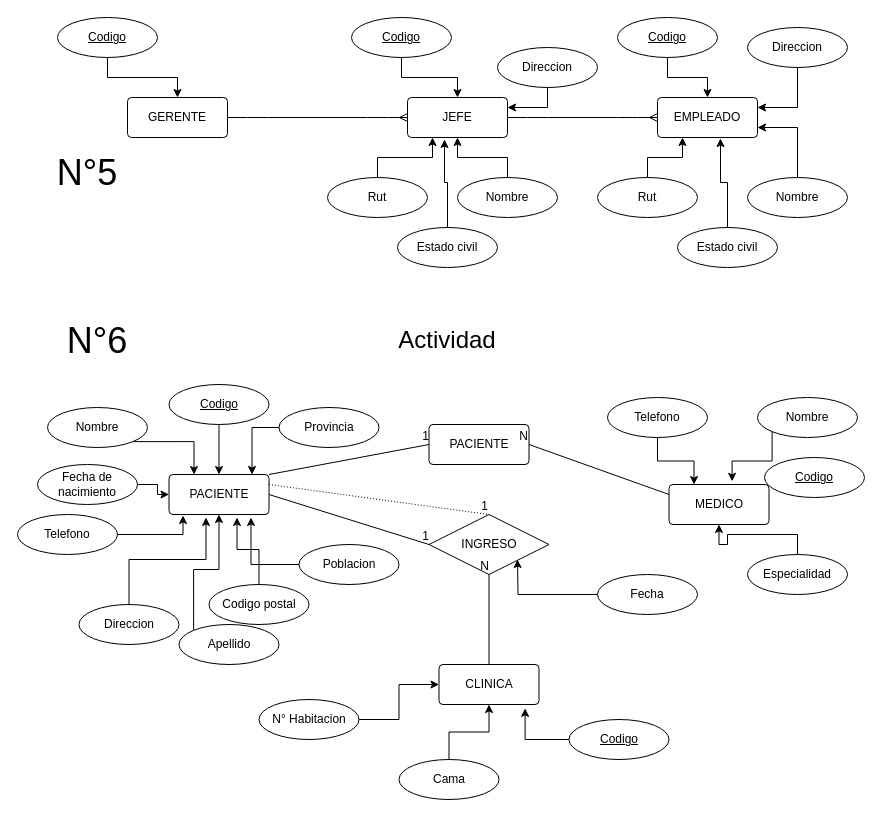
Above: page "Page-2" (2 of 2) of Actividad 5 y 6.drawio in bastianCeronDuque/Test (draw.io), before the change. Source tidied: cells renumbered, new cells numbered last; positions are measured from the earlier drawing's top-left corner, leaving out a move shared by most shapes. Both pictures are drawn from the tidied source at 100%, with x=0, y=0 at pixel (17, 17).
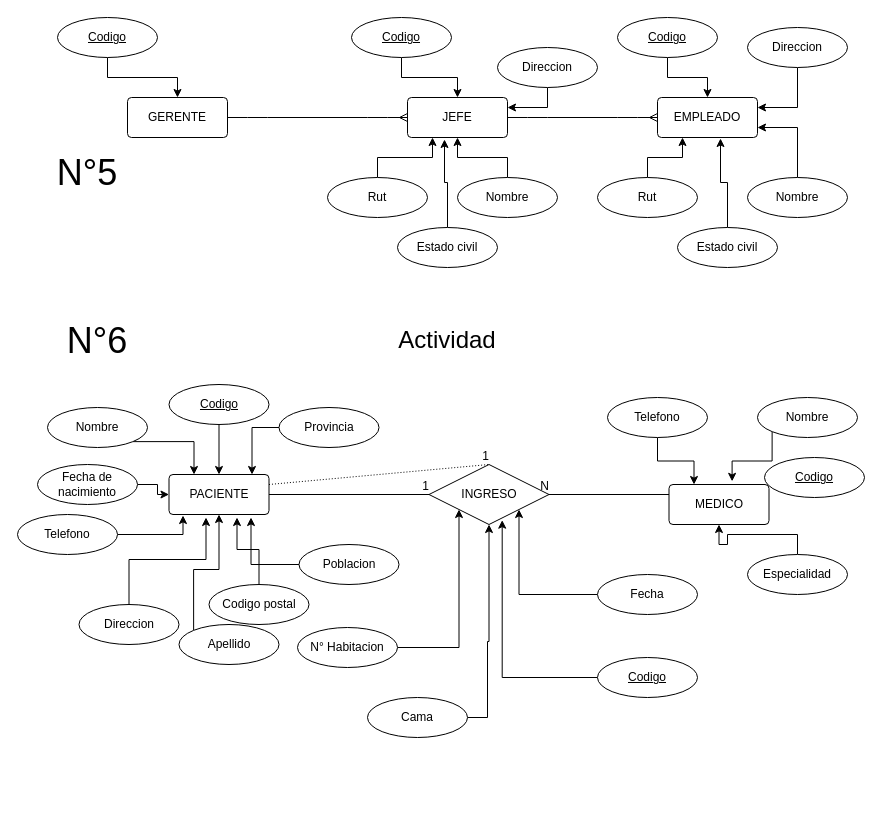
Above is the later version.

Unchanged cells that the change refers to:
```xml
<mxCell id="29" value="PACIENTE" style="rounded=1;arcSize=10;whiteSpace=wrap;html=1;align=center;" parent="1" vertex="1">
  <mxGeometry x="151.5" y="457" width="100" height="40" as="geometry" />
</mxCell>
<mxCell id="56" value="MEDICO" style="rounded=1;arcSize=10;whiteSpace=wrap;html=1;align=center;" parent="1" vertex="1">
  <mxGeometry x="651.5" y="467" width="100" height="40" as="geometry" />
</mxCell>
<mxCell id="74" value="Fecha" style="ellipse;whiteSpace=wrap;html=1;align=center;" parent="1" vertex="1">
  <mxGeometry x="580" y="557" width="100" height="40" as="geometry" />
</mxCell>
```

What changed in the source:
```diff
@@
     <mxCell id="48" value="INGRESO" style="shape=rhombus;perimeter=rhombusPerimeter;whiteSpace=wrap;html=1;align=center;" parent="1" vertex="1">
-      <mxGeometry x="411.5" y="497" width="120" height="60" as="geometry" />
+      <mxGeometry x="411.5" y="447" width="120" height="60" as="geometry" />
     </mxCell>
@@
-    <mxCell id="53" value="PACIENTE" style="rounded=1;arcSize=10;whiteSpace=wrap;html=1;align=center;" parent="1" vertex="1">
-      <mxGeometry x="411.5" y="407" width="100" height="40" as="geometry" />
-    </mxCell>
-    <mxCell id="54" style="endArrow=none;html=1;rounded=0;entryX=0;entryY=0.5;entryDx=0;entryDy=0;exitX=1;exitY=0;exitDx=0;exitDy=0;" parent="1" edge="1" source="29" target="53">
-      <mxGeometry relative="1" as="geometry" />
-    </mxCell>
-    <mxCell id="55" value="1" style="html=1;align=right;verticalAlign=bottom;" parent="54" vertex="1">
-      <mxGeometry x="1" relative="1" as="geometry" />
-    </mxCell>
@@
-    <mxCell id="63" style="endArrow=none;html=1;rounded=0;entryX=1;entryY=0.5;entryDx=0;entryDy=0;exitX=0;exitY=0.25;exitDx=0;exitDy=0;" parent="1" edge="1" source="56" target="53">
+    <mxCell id="63" style="endArrow=none;html=1;rounded=0;entryX=1;entryY=0.5;entryDx=0;entryDy=0;exitX=0;exitY=0.25;exitDx=0;exitDy=0;" parent="1" edge="1" source="56" target="48">
       <mxGeometry relative="1" as="geometry" />
     </mxCell>
@@
-    <mxCell id="65" style="endArrow=none;html=1;rounded=0;entryX=0.5;entryY=1;entryDx=0;entryDy=0;" parent="1" edge="1" target="48">
-      <mxGeometry relative="1" as="geometry">
-        <mxPoint x="471.5" y="647" as="sourcePoint" />
-      </mxGeometry>
-    </mxCell>
-    <mxCell id="66" value="N" style="html=1;align=right;verticalAlign=bottom;" parent="65" vertex="1">
-      <mxGeometry x="1" relative="1" as="geometry" />
-    </mxCell>
-    <mxCell id="67" value="CLINICA" style="rounded=1;arcSize=10;whiteSpace=wrap;html=1;align=center;" parent="1" vertex="1">
-      <mxGeometry x="421.5" y="647" width="100" height="40" as="geometry" />
-    </mxCell>
-    <mxCell id="68" style="edgeStyle=orthogonalEdgeStyle;rounded=0;jettySize=auto;html=1;entryX=0;entryY=0.5;entryDx=0;entryDy=0;" parent="1" edge="1" source="69" target="67">
+    <mxCell id="68" style="edgeStyle=orthogonalEdgeStyle;rounded=0;jettySize=auto;html=1;entryX=0;entryY=1;entryDx=0;entryDy=0;" parent="1" edge="1" source="69" target="48">
       <mxGeometry relative="1" as="geometry" />
     </mxCell>
     <mxCell id="69" value="N° Habitacion" style="ellipse;whiteSpace=wrap;html=1;align=center;" parent="1" vertex="1">
-      <mxGeometry x="241.5" y="682" width="100" height="40" as="geometry" />
+      <mxGeometry x="280" y="610" width="100" height="40" as="geometry" />
     </mxCell>
-    <mxCell id="70" style="edgeStyle=orthogonalEdgeStyle;rounded=0;jettySize=auto;html=1;" parent="1" edge="1" source="71" target="67">
-      <mxGeometry relative="1" as="geometry" />
+    <mxCell id="70" style="edgeStyle=orthogonalEdgeStyle;rounded=0;jettySize=auto;html=1;entryX=0.5;entryY=1;entryDx=0;entryDy=0;" parent="1" edge="1" source="71" target="48">
+      <mxGeometry relative="1" as="geometry">
+        <Array as="points">
+          <mxPoint x="470" y="624" />
+          <mxPoint x="472" y="624" />
+        </Array>
+      </mxGeometry>
     </mxCell>
     <mxCell id="71" value="Cama" style="ellipse;whiteSpace=wrap;html=1;align=center;" parent="1" vertex="1">
-      <mxGeometry x="381.5" y="742" width="100" height="40" as="geometry" />
+      <mxGeometry x="350" y="680" width="100" height="40" as="geometry" />
     </mxCell>
-    <mxCell id="72" style="edgeStyle=orthogonalEdgeStyle;rounded=0;jettySize=auto;html=1;entryX=0.861;entryY=1.097;entryDx=0;entryDy=0;entryPerimeter=0;exitX=0;exitY=0.5;exitDx=0;exitDy=0;" parent="1" edge="1" source="75" target="67">
+    <mxCell id="72" style="edgeStyle=orthogonalEdgeStyle;rounded=0;jettySize=auto;html=1;entryX=0.61;entryY=0.928;entryDx=0;entryDy=0;entryPerimeter=0;exitX=0;exitY=0.5;exitDx=0;exitDy=0;" parent="1" edge="1" source="75" target="48">
       <mxGeometry relative="1" as="geometry" />
     </mxCell>
-    <mxCell id="73" style="edgeStyle=orthogonalEdgeStyle;rounded=0;jettySize=auto;html=1;" parent="1" edge="1" source="74">
-      <mxGeometry relative="1" as="geometry">
-        <mxPoint x="500" y="542" as="targetPoint" />
-      </mxGeometry>
+    <mxCell id="73" style="edgeStyle=orthogonalEdgeStyle;rounded=0;jettySize=auto;html=1;entryX=1;entryY=1;entryDx=0;entryDy=0;" parent="1" edge="1" source="74" target="48">
+      <mxGeometry relative="1" as="geometry" />
     </mxCell>
@@
     <mxCell id="75" value="Codigo" style="ellipse;whiteSpace=wrap;html=1;align=center;fontStyle=4;" parent="1" vertex="1">
-      <mxGeometry x="551.5" y="702" width="100" height="40" as="geometry" />
+      <mxGeometry x="580" y="640" width="100" height="40" as="geometry" />
     </mxCell>
```
